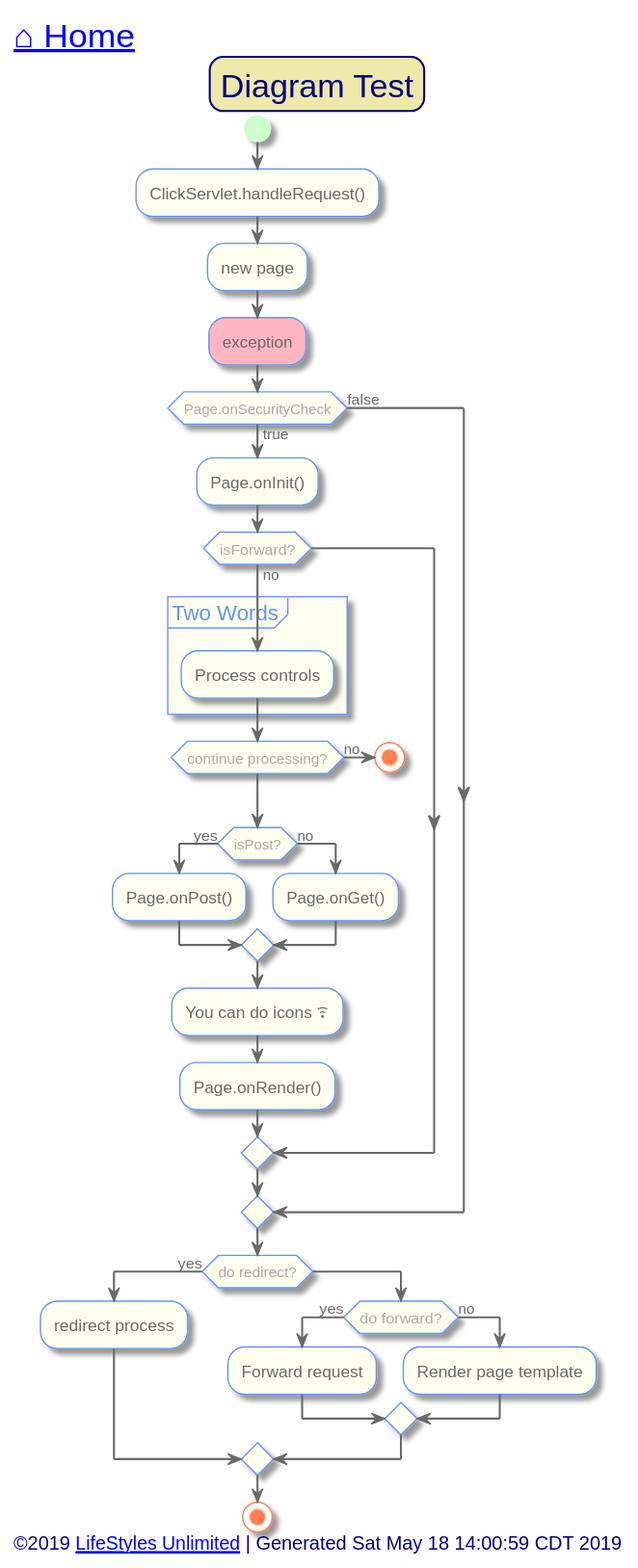
Before: out/src/test/diagram-test.svg, a diagram exported from PlantUML (toddmo/lifestylesunlimited). Source of this version:
```plantuml
@startuml diagram-test


skinparam {
  BorderColor Red
  PathHoverColor Blue
}

skinparam Title {
  FontColor Navy
  BackgroundColor PaleGoldenRod
  BorderColor Navy
  BorderRoundCorner 20
  FontSize 24
}

skinparam activity {
  BackgroundColor Ivory
  BorderColor CornflowerBlue
  BorderThickness 1
  FontColor DimGray


  Arrow {
    Color dimgray
    FontColor dimgray
  }

  Start {
    Color PHYSICAL
  }

  End {
    Color Coral
  }

  Diamond {
    BackgroundColor Ivory
    BorderColor CornflowerBlue
    FontColor DarkGray
  }

  BackgroundColor<< Exception >> Red
	BorderColor<< Exception >> White
}

skinparam Swimlane {
  BorderColor CornflowerBlue
}

skinparam Partition {
  BackgroundColor Ivory
  BorderColor CornflowerBlue
  BorderThickness 1
  FontColor CornflowerBlue
  FontSize 16
  BorderRoundCorner 20
}

skinparam Note {
  BackgroundColor LightSteelBlue
  BorderColor CornflowerBlue
  FontColor White
}

skinparam Legend {
  BackgroundColor LightSteelBlue
  BorderColor CornflowerBlue
  FontColor White
}

skinparam Footer {
  FontColor Navy
}


left header
	<font color=Navy size=24>[[../index.svg?sanitize=true ⌂ Home]]</font>
endheader


title Diagram Test

start
:ClickServlet.handleRequest();
:new page;



#LightPink:exception;
if (Page.onSecurityCheck) then (true)
  :Page.onInit();
  if (isForward?) then (no)
	partition "Two Words" {
		:Process controls;
	}

	if (continue processing?) then (no)
	  stop
	endif

	if (isPost?) then (yes)
	  [[investor-life.svg?sanitize=true]]:Page.onPost();
	else (no)
	  :Page.onGet();
	endif
	:You can do icons <&wifi>;
	:Page.onRender();
  endif
else (false)
endif


if (do redirect?) then (yes)
  :redirect process;
else
  if (do forward?) then (yes)
	:Forward request;
  else (no)
	:Render page template;
  endif
endif

stop


left footer
	<font size=14>©2019 [[http://www.lifestylesunlimited.com LifeStyles Unlimited]] | Generated Sat May 18 14:00:59 CDT 2019</font>
endfooter


@enduml
```
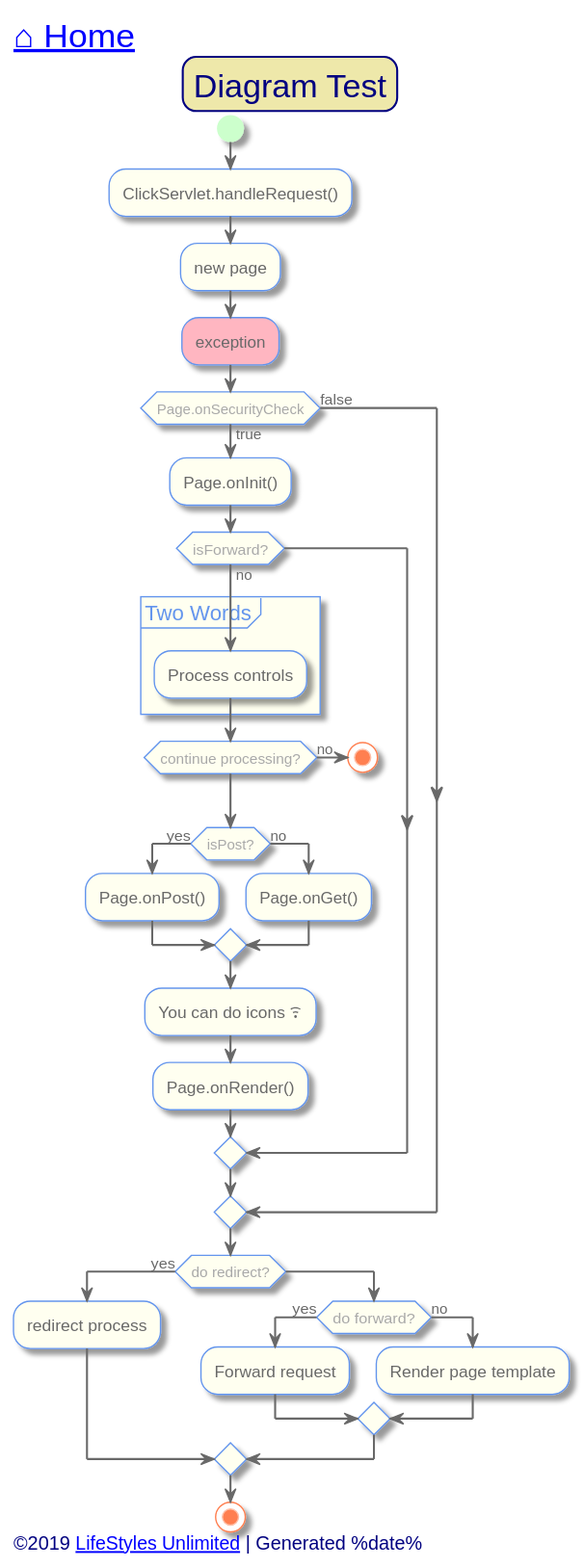
The same file after the commit.

What changed in the source:
```diff
@@ -125,7 +125,7 @@
 
 
 left footer
-	<font size=14>©2019 [[http://www.lifestylesunlimited.com LifeStyles Unlimited]] | Generated Sat May 18 14:00:59 CDT 2019</font>
+	<font size=14>©2019 [[http://www.lifestylesunlimited.com LifeStyles Unlimited]] | Generated %date%</font>
 endfooter
 
 
```
